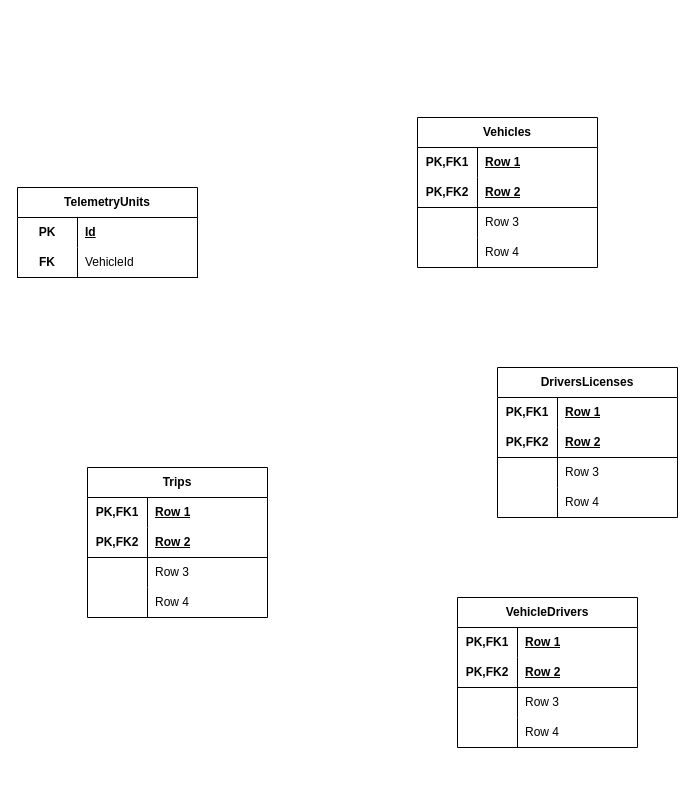
The draw.io diagram ER_MainService.drawio in roger9867/FleetControl, before the edit. Source tidied: cells renumbered, new cells numbered last; positions are measured from the earlier drawing's top-left corner, leaving out a move shared by most shapes. Both pictures are drawn from the tidied source at 100%, with x=0, y=0 at pixel (17, 117).
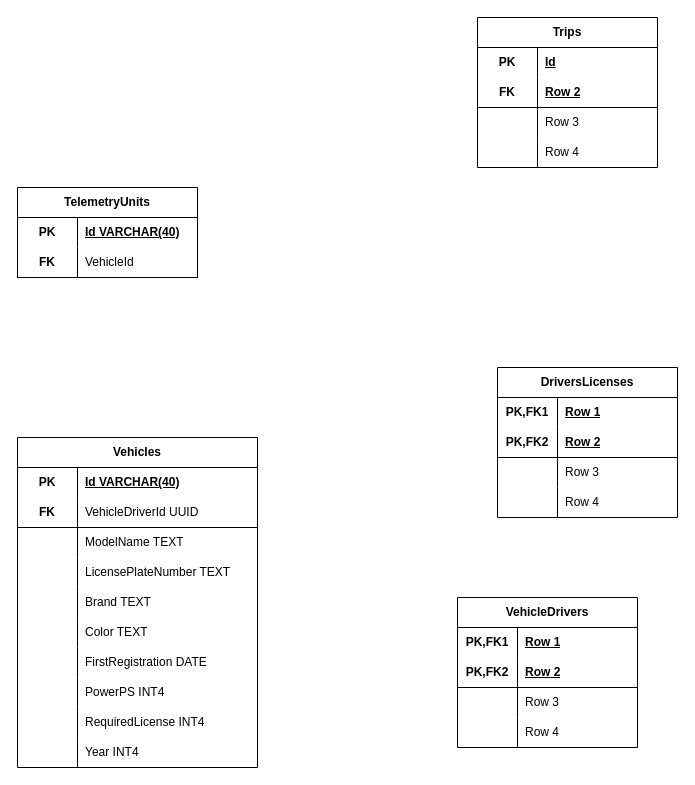
The same page after the edit.

Unchanged cells that the change refers to:
```xml
<mxCell id="3" style="shape=tableRow;horizontal=0;startSize=0;swimlaneHead=0;swimlaneBody=0;fillColor=none;top=0;left=0;right=0;bottom=0;html=1;" parent="2" vertex="1">
  <mxGeometry y="30" width="180" height="30" as="geometry" />
</mxCell>
<mxCell id="23" style="shape=tableRow;horizontal=0;startSize=0;swimlaneHead=0;swimlaneBody=0;fillColor=none;top=0;left=0;right=0;bottom=0;html=1;" parent="22" vertex="1">
  <mxGeometry y="30" width="180" height="30" as="geometry" />
</mxCell>
<mxCell id="26" style="shape=tableRow;horizontal=0;startSize=0;swimlaneHead=0;swimlaneBody=0;fillColor=none;top=0;left=0;right=0;bottom=1;html=1;" parent="22" vertex="1">
  <mxGeometry y="60" width="180" height="30" as="geometry" />
</mxCell>
```

Change to the diagram source:
```diff
@@
-    <mxCell id="5" value="&lt;div&gt;&lt;span style=&quot;background-color: transparent; color: light-dark(rgb(0, 0, 0), rgb(255, 255, 255));&quot;&gt;Id&lt;/span&gt;&lt;/div&gt;" style="shape=partialRectangle;fillColor=none;top=0;left=0;bottom=0;right=0;align=left;spacingLeft=6;fontStyle=5;overflow=hidden;html=1;whiteSpace=wrap;" parent="3" vertex="1">
+    <mxCell id="5" value="&lt;div&gt;&lt;span style=&quot;background-color: transparent; color: light-dark(rgb(0, 0, 0), rgb(255, 255, 255));&quot;&gt;Id VARCHAR(40)&lt;/span&gt;&lt;/div&gt;" style="shape=partialRectangle;fillColor=none;top=0;left=0;bottom=0;right=0;align=left;spacingLeft=6;fontStyle=5;overflow=hidden;html=1;whiteSpace=wrap;" parent="3" vertex="1">
       <mxGeometry x="60" width="120" height="30" as="geometry" />
     </mxCell>
@@
     <mxCell id="22" value="Trips" style="shape=table;startSize=30;childLayout=tableLayout;rowLines=0;fontStyle=1;align=center;html=1;whiteSpace=wrap;" parent="1" vertex="1">
-      <mxGeometry x="70" y="350" width="180" height="150" as="geometry" />
+      <mxGeometry x="460" y="-100" width="180" height="150" as="geometry" />
     </mxCell>
@@
-    <mxCell id="24" value="PK,FK1" style="shape=partialRectangle;fillColor=none;top=0;left=0;bottom=0;right=0;fontStyle=1;overflow=hidden;html=1;whiteSpace=wrap;" parent="23" vertex="1">
+    <mxCell id="24" value="PK" style="shape=partialRectangle;fillColor=none;top=0;left=0;bottom=0;right=0;fontStyle=1;overflow=hidden;html=1;whiteSpace=wrap;" parent="23" vertex="1">
       <mxGeometry width="60" height="30" as="geometry" />
     </mxCell>
-    <mxCell id="25" value="Row 1" style="shape=partialRectangle;fillColor=none;top=0;left=0;bottom=0;right=0;align=left;spacingLeft=6;fontStyle=5;overflow=hidden;html=1;whiteSpace=wrap;" parent="23" vertex="1">
+    <mxCell id="25" value="Id" style="shape=partialRectangle;fillColor=none;top=0;left=0;bottom=0;right=0;align=left;spacingLeft=6;fontStyle=5;overflow=hidden;html=1;whiteSpace=wrap;" parent="23" vertex="1">
       <mxGeometry x="60" width="120" height="30" as="geometry" />
     </mxCell>
@@
-    <mxCell id="27" value="PK,FK2" style="shape=partialRectangle;fillColor=none;top=0;left=0;bottom=0;right=0;fontStyle=1;overflow=hidden;html=1;whiteSpace=wrap;" parent="26" vertex="1">
+    <mxCell id="27" value="FK" style="shape=partialRectangle;fillColor=none;top=0;left=0;bottom=0;right=0;fontStyle=1;overflow=hidden;html=1;whiteSpace=wrap;" parent="26" vertex="1">
       <mxGeometry width="60" height="30" as="geometry" />
     </mxCell>
@@
     <mxCell id="35" value="Vehicles" style="shape=table;startSize=30;childLayout=tableLayout;rowLines=0;fontStyle=1;align=center;html=1;whiteSpace=wrap;" parent="1" vertex="1">
-      <mxGeometry x="400" width="180" height="150" as="geometry" />
+      <mxGeometry y="320" width="240" height="330" as="geometry" />
     </mxCell>
     <mxCell id="36" style="shape=tableRow;horizontal=0;startSize=0;swimlaneHead=0;swimlaneBody=0;fillColor=none;top=0;left=0;right=0;bottom=0;html=1;" parent="35" vertex="1">
-      <mxGeometry y="30" width="180" height="30" as="geometry" />
+      <mxGeometry y="30" width="240" height="30" as="geometry" />
     </mxCell>
-    <mxCell id="37" value="PK,FK1" style="shape=partialRectangle;fillColor=none;top=0;left=0;bottom=0;right=0;fontStyle=1;overflow=hidden;html=1;whiteSpace=wrap;" parent="36" vertex="1">
+    <mxCell id="37" value="PK" style="shape=partialRectangle;fillColor=none;top=0;left=0;bottom=0;right=0;fontStyle=1;overflow=hidden;html=1;whiteSpace=wrap;" parent="36" vertex="1">
       <mxGeometry width="60" height="30" as="geometry" />
     </mxCell>
-    <mxCell id="38" value="Row 1" style="shape=partialRectangle;fillColor=none;top=0;left=0;bottom=0;right=0;align=left;spacingLeft=6;fontStyle=5;overflow=hidden;html=1;whiteSpace=wrap;" parent="36" vertex="1">
-      <mxGeometry x="60" width="120" height="30" as="geometry" />
+    <mxCell id="38" value="Id VARCHAR(40)" style="shape=partialRectangle;fillColor=none;top=0;left=0;bottom=0;right=0;align=left;spacingLeft=6;fontStyle=5;overflow=hidden;html=1;whiteSpace=wrap;" parent="36" vertex="1">
+      <mxGeometry x="60" width="180" height="30" as="geometry" />
     </mxCell>
-    <mxCell id="39" style="shape=tableRow;horizontal=0;startSize=0;swimlaneHead=0;swimlaneBody=0;fillColor=none;top=0;left=0;right=0;bottom=1;html=1;" parent="35" vertex="1">
-      <mxGeometry y="60" width="180" height="30" as="geometry" />
+    <mxCell id="39" style="shape=tableRow;horizontal=0;startSize=0;swimlaneHead=0;swimlaneBody=0;fillColor=none;top=0;left=0;right=0;bottom=1;html=1;fontStyle=0;" parent="35" vertex="1">
+      <mxGeometry y="60" width="240" height="30" as="geometry" />
     </mxCell>
-    <mxCell id="40" value="PK,FK2" style="shape=partialRectangle;fillColor=none;top=0;left=0;bottom=0;right=0;fontStyle=1;overflow=hidden;html=1;whiteSpace=wrap;" parent="39" vertex="1">
+    <mxCell id="40" value="FK" style="shape=partialRectangle;fillColor=none;top=0;left=0;bottom=0;right=0;fontStyle=1;overflow=hidden;html=1;whiteSpace=wrap;" parent="39" vertex="1">
       <mxGeometry width="60" height="30" as="geometry" />
     </mxCell>
-    <mxCell id="41" value="Row 2" style="shape=partialRectangle;fillColor=none;top=0;left=0;bottom=0;right=0;align=left;spacingLeft=6;fontStyle=5;overflow=hidden;html=1;whiteSpace=wrap;" parent="39" vertex="1">
-      <mxGeometry x="60" width="120" height="30" as="geometry" />
+    <mxCell id="41" value="&lt;span style=&quot;font-weight: normal;&quot;&gt;VehicleDriverId UUID&lt;/span&gt;" style="shape=partialRectangle;fillColor=none;top=0;left=0;bottom=0;right=0;align=left;spacingLeft=6;fontStyle=1;overflow=hidden;html=1;whiteSpace=wrap;" parent="39" vertex="1">
+      <mxGeometry x="60" width="180" height="30" as="geometry" />
     </mxCell>
     <mxCell id="42" style="shape=tableRow;horizontal=0;startSize=0;swimlaneHead=0;swimlaneBody=0;fillColor=none;top=0;left=0;right=0;bottom=0;html=1;" parent="35" vertex="1">
-      <mxGeometry y="90" width="180" height="30" as="geometry" />
+      <mxGeometry y="90" width="240" height="30" as="geometry" />
     </mxCell>
@@
-    <mxCell id="44" value="Row 3" style="shape=partialRectangle;fillColor=none;top=0;left=0;bottom=0;right=0;align=left;spacingLeft=6;overflow=hidden;html=1;whiteSpace=wrap;" parent="42" vertex="1">
-      <mxGeometry x="60" width="120" height="30" as="geometry" />
+    <mxCell id="44" value="ModelName TEXT" style="shape=partialRectangle;fillColor=none;top=0;left=0;bottom=0;right=0;align=left;spacingLeft=6;overflow=hidden;html=1;whiteSpace=wrap;" parent="42" vertex="1">
+      <mxGeometry x="60" width="180" height="30" as="geometry" />
     </mxCell>
+    <mxCell id="61" style="shape=tableRow;horizontal=0;startSize=0;swimlaneHead=0;swimlaneBody=0;fillColor=none;top=0;left=0;right=0;bottom=0;html=1;" parent="35" vertex="1">
+      <mxGeometry y="120" width="240" height="30" as="geometry" />
+    </mxCell>
+    <mxCell id="62" style="shape=partialRectangle;fillColor=none;top=0;left=0;bottom=0;right=0;overflow=hidden;html=1;whiteSpace=wrap;" parent="61" vertex="1">
+      <mxGeometry width="60" height="30" as="geometry" />
+    </mxCell>
+    <mxCell id="63" value="LicensePlateNumber TEXT" style="shape=partialRectangle;fillColor=none;top=0;left=0;bottom=0;right=0;align=left;spacingLeft=6;overflow=hidden;html=1;whiteSpace=wrap;" parent="61" vertex="1">
+      <mxGeometry x="60" width="180" height="30" as="geometry" />
+    </mxCell>
+    <mxCell id="64" style="shape=tableRow;horizontal=0;startSize=0;swimlaneHead=0;swimlaneBody=0;fillColor=none;top=0;left=0;right=0;bottom=0;html=1;" parent="35" vertex="1">
+      <mxGeometry y="150" width="240" height="30" as="geometry" />
+    </mxCell>
+    <mxCell id="65" style="shape=partialRectangle;fillColor=none;top=0;left=0;bottom=0;right=0;overflow=hidden;html=1;whiteSpace=wrap;" parent="64" vertex="1">
+      <mxGeometry width="60" height="30" as="geometry" />
+    </mxCell>
+    <mxCell id="66" value="Brand TEXT" style="shape=partialRectangle;fillColor=none;top=0;left=0;bottom=0;right=0;align=left;spacingLeft=6;overflow=hidden;html=1;whiteSpace=wrap;" parent="64" vertex="1">
+      <mxGeometry x="60" width="180" height="30" as="geometry" />
+    </mxCell>
+    <mxCell id="67" style="shape=tableRow;horizontal=0;startSize=0;swimlaneHead=0;swimlaneBody=0;fillColor=none;top=0;left=0;right=0;bottom=0;html=1;" parent="35" vertex="1">
+      <mxGeometry y="180" width="240" height="30" as="geometry" />
+    </mxCell>
+    <mxCell id="68" style="shape=partialRectangle;fillColor=none;top=0;left=0;bottom=0;right=0;overflow=hidden;html=1;whiteSpace=wrap;" parent="67" vertex="1">
+      <mxGeometry width="60" height="30" as="geometry" />
+    </mxCell>
+    <mxCell id="69" value="Color TEXT" style="shape=partialRectangle;fillColor=none;top=0;left=0;bottom=0;right=0;align=left;spacingLeft=6;overflow=hidden;html=1;whiteSpace=wrap;" parent="67" vertex="1">
+      <mxGeometry x="60" width="180" height="30" as="geometry" />
+    </mxCell>
+    <mxCell id="70" style="shape=tableRow;horizontal=0;startSize=0;swimlaneHead=0;swimlaneBody=0;fillColor=none;top=0;left=0;right=0;bottom=0;html=1;" parent="35" vertex="1">
+      <mxGeometry y="210" width="240" height="30" as="geometry" />
+    </mxCell>
+    <mxCell id="71" style="shape=partialRectangle;fillColor=none;top=0;left=0;bottom=0;right=0;overflow=hidden;html=1;whiteSpace=wrap;" parent="70" vertex="1">
+      <mxGeometry width="60" height="30" as="geometry" />
+    </mxCell>
+    <mxCell id="72" value="FirstRegistration DATE" style="shape=partialRectangle;fillColor=none;top=0;left=0;bottom=0;right=0;align=left;spacingLeft=6;overflow=hidden;html=1;whiteSpace=wrap;" parent="70" vertex="1">
+      <mxGeometry x="60" width="180" height="30" as="geometry" />
+    </mxCell>
+    <mxCell id="73" style="shape=tableRow;horizontal=0;startSize=0;swimlaneHead=0;swimlaneBody=0;fillColor=none;top=0;left=0;right=0;bottom=0;html=1;" parent="35" vertex="1">
+      <mxGeometry y="240" width="240" height="30" as="geometry" />
+    </mxCell>
+    <mxCell id="74" style="shape=partialRectangle;fillColor=none;top=0;left=0;bottom=0;right=0;overflow=hidden;html=1;whiteSpace=wrap;" parent="73" vertex="1">
+      <mxGeometry width="60" height="30" as="geometry" />
+    </mxCell>
+    <mxCell id="75" value="PowerPS INT4" style="shape=partialRectangle;fillColor=none;top=0;left=0;bottom=0;right=0;align=left;spacingLeft=6;overflow=hidden;html=1;whiteSpace=wrap;" parent="73" vertex="1">
+      <mxGeometry x="60" width="180" height="30" as="geometry" />
+    </mxCell>
+    <mxCell id="76" style="shape=tableRow;horizontal=0;startSize=0;swimlaneHead=0;swimlaneBody=0;fillColor=none;top=0;left=0;right=0;bottom=0;html=1;" parent="35" vertex="1">
+      <mxGeometry y="270" width="240" height="30" as="geometry" />
+    </mxCell>
+    <mxCell id="77" style="shape=partialRectangle;fillColor=none;top=0;left=0;bottom=0;right=0;overflow=hidden;html=1;whiteSpace=wrap;" parent="76" vertex="1">
+      <mxGeometry width="60" height="30" as="geometry" />
+    </mxCell>
+    <mxCell id="78" value="RequiredLicense INT4" style="shape=partialRectangle;fillColor=none;top=0;left=0;bottom=0;right=0;align=left;spacingLeft=6;overflow=hidden;html=1;whiteSpace=wrap;" parent="76" vertex="1">
+      <mxGeometry x="60" width="180" height="30" as="geometry" />
+    </mxCell>
     <mxCell id="45" style="shape=tableRow;horizontal=0;startSize=0;swimlaneHead=0;swimlaneBody=0;fillColor=none;top=0;left=0;right=0;bottom=0;html=1;" parent="35" vertex="1">
-      <mxGeometry y="120" width="180" height="30" as="geometry" />
+      <mxGeometry y="300" width="240" height="30" as="geometry" />
     </mxCell>
@@
-    <mxCell id="47" value="Row 4" style="shape=partialRectangle;fillColor=none;top=0;left=0;bottom=0;right=0;align=left;spacingLeft=6;overflow=hidden;html=1;whiteSpace=wrap;" parent="45" vertex="1">
-      <mxGeometry x="60" width="120" height="30" as="geometry" />
+    <mxCell id="47" value="Year INT4" style="shape=partialRectangle;fillColor=none;top=0;left=0;bottom=0;right=0;align=left;spacingLeft=6;overflow=hidden;html=1;whiteSpace=wrap;" parent="45" vertex="1">
+      <mxGeometry x="60" width="180" height="30" as="geometry" />
     </mxCell>
```
